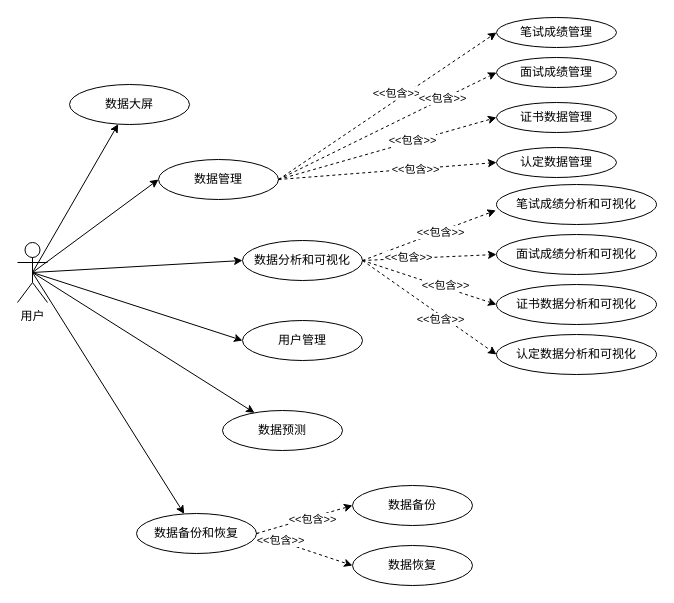
Earlier version of the draw.io diagram page "3.系统需求分析" (3 of 4) of resouces/drawio/structure.drawio (coderyjc/certificate_analysis). Source tidied: cells renumbered, new cells numbered last; positions are measured from the earlier drawing's top-left corner, leaving out a move shared by most shapes. Both pictures are drawn from the tidied source at 100%, with x=0, y=0 at pixel (17, 17).
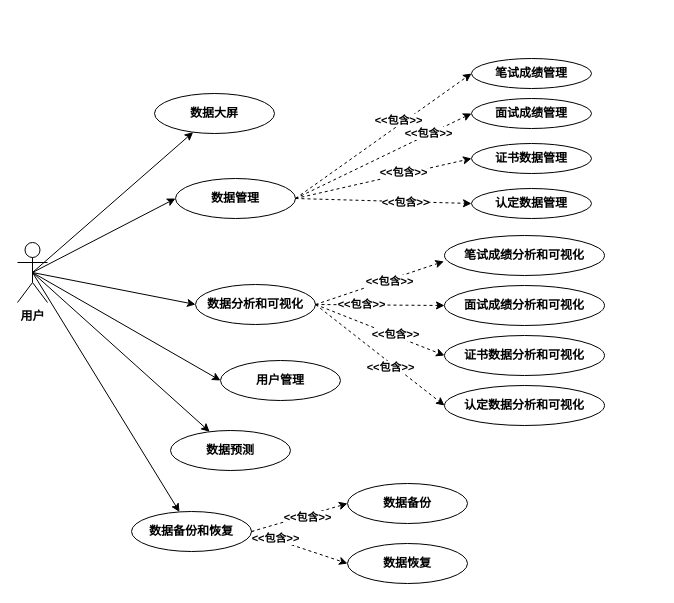
The same diagram, later.

Change to the diagram source:
```diff
@@
-    <mxCell id="2" style="edgeStyle=none;rounded=0;jettySize=auto;html=1;exitX=0.5;exitY=0.5;exitDx=0;exitDy=0;exitPerimeter=0;startArrow=none;startFill=0;endArrow=classic;endFill=1;" parent="1" edge="1" source="8" target="9">
+    <mxCell id="2" style="edgeStyle=none;rounded=0;jettySize=auto;html=1;exitX=0.5;exitY=0.5;exitDx=0;exitDy=0;exitPerimeter=0;startArrow=none;startFill=0;endArrow=classic;endFill=1;fontFamily=宋体;fontStyle=1;" parent="1" edge="1" source="8" target="9">
       <mxGeometry relative="1" as="geometry" />
     </mxCell>
-    <mxCell id="3" style="edgeStyle=none;rounded=0;jettySize=auto;html=1;exitX=0.5;exitY=0.5;exitDx=0;exitDy=0;exitPerimeter=0;entryX=0;entryY=0.5;entryDx=0;entryDy=0;startArrow=none;startFill=0;endArrow=classic;endFill=1;" parent="1" edge="1" source="8" target="18">
+    <mxCell id="3" style="edgeStyle=none;rounded=0;jettySize=auto;html=1;exitX=0.5;exitY=0.5;exitDx=0;exitDy=0;exitPerimeter=0;entryX=0;entryY=0.5;entryDx=0;entryDy=0;startArrow=none;startFill=0;endArrow=classic;endFill=1;fontFamily=宋体;fontStyle=1;" parent="1" edge="1" source="8" target="18">
       <mxGeometry relative="1" as="geometry" />
     </mxCell>
-    <mxCell id="4" style="edgeStyle=none;rounded=0;jettySize=auto;html=1;exitX=0.5;exitY=0.5;exitDx=0;exitDy=0;exitPerimeter=0;entryX=0;entryY=0.5;entryDx=0;entryDy=0;startArrow=none;startFill=0;endArrow=classic;endFill=1;" parent="1" edge="1" source="8" target="27">
+    <mxCell id="4" style="edgeStyle=none;rounded=0;jettySize=auto;html=1;exitX=0.5;exitY=0.5;exitDx=0;exitDy=0;exitPerimeter=0;entryX=0;entryY=0.5;entryDx=0;entryDy=0;startArrow=none;startFill=0;endArrow=classic;endFill=1;fontFamily=宋体;fontStyle=1;" parent="1" edge="1" source="8" target="27">
       <mxGeometry relative="1" as="geometry" />
     </mxCell>
-    <mxCell id="5" style="edgeStyle=none;rounded=0;jettySize=auto;html=1;exitX=0.5;exitY=0.5;exitDx=0;exitDy=0;exitPerimeter=0;entryX=0;entryY=0.5;entryDx=0;entryDy=0;startArrow=none;startFill=0;endArrow=classic;endFill=1;" parent="1" edge="1" source="8" target="28">
+    <mxCell id="5" style="edgeStyle=none;rounded=0;jettySize=auto;html=1;exitX=0.5;exitY=0.5;exitDx=0;exitDy=0;exitPerimeter=0;entryX=0;entryY=0.5;entryDx=0;entryDy=0;startArrow=none;startFill=0;endArrow=classic;endFill=1;fontFamily=宋体;fontStyle=1;" parent="1" edge="1" source="8" target="28">
       <mxGeometry relative="1" as="geometry" />
     </mxCell>
-    <mxCell id="6" style="edgeStyle=none;rounded=0;jettySize=auto;html=1;exitX=0.5;exitY=0.5;exitDx=0;exitDy=0;exitPerimeter=0;startArrow=none;startFill=0;endArrow=classic;endFill=1;" parent="1" edge="1" source="8" target="33">
+    <mxCell id="6" style="edgeStyle=none;rounded=0;jettySize=auto;html=1;exitX=0.5;exitY=0.5;exitDx=0;exitDy=0;exitPerimeter=0;startArrow=none;startFill=0;endArrow=classic;endFill=1;fontFamily=宋体;fontStyle=1;" parent="1" edge="1" source="8" target="33">
       <mxGeometry relative="1" as="geometry" />
     </mxCell>
-    <mxCell id="7" style="edgeStyle=none;rounded=0;html=1;exitX=0.5;exitY=0.5;exitDx=0;exitDy=0;exitPerimeter=0;" parent="1" edge="1" source="8" target="44">
+    <mxCell id="7" style="edgeStyle=none;rounded=0;html=1;exitX=0.5;exitY=0.5;exitDx=0;exitDy=0;exitPerimeter=0;fontFamily=宋体;fontStyle=1;" parent="1" edge="1" source="8" target="44">
       <mxGeometry relative="1" as="geometry" />
     </mxCell>
-    <mxCell id="8" value="用户" style="shape=umlActor;verticalLabelPosition=bottom;verticalAlign=top;html=1;outlineConnect=0;rounded=0;glass=0;sketch=0;strokeColor=default;fillColor=none;" parent="1" vertex="1">
+    <mxCell id="8" value="用户" style="shape=umlActor;verticalLabelPosition=bottom;verticalAlign=top;html=1;outlineConnect=0;rounded=0;glass=0;sketch=0;strokeColor=default;fillColor=none;fontFamily=宋体;fontStyle=1;" parent="1" vertex="1">
       <mxGeometry y="225" width="30" height="60" as="geometry" />
     </mxCell>
-    <mxCell id="9" value="数据大屏" style="ellipse;whiteSpace=wrap;html=1;rounded=0;glass=0;sketch=0;strokeColor=default;fillColor=none;" parent="1" vertex="1">
-      <mxGeometry x="52" y="67" width="120" height="40" as="geometry" />
+    <mxCell id="9" value="数据大屏" style="ellipse;whiteSpace=wrap;html=1;rounded=0;glass=0;sketch=0;strokeColor=default;fillColor=none;fontFamily=宋体;fontStyle=1;" parent="1" vertex="1">
+      <mxGeometry x="137" y="76" width="120" height="40" as="geometry" />
     </mxCell>
-    <mxCell id="10" style="edgeStyle=none;rounded=0;jettySize=auto;html=1;exitX=1;exitY=0.5;exitDx=0;exitDy=0;entryX=0;entryY=0.5;entryDx=0;entryDy=0;startArrow=none;startFill=0;endArrow=classic;endFill=1;dashed=1;" parent="1" edge="1" source="18" target="34">
+    <mxCell id="10" style="edgeStyle=none;rounded=0;jettySize=auto;html=1;exitX=1;exitY=0.5;exitDx=0;exitDy=0;entryX=0;entryY=0.5;entryDx=0;entryDy=0;startArrow=none;startFill=0;endArrow=classic;endFill=1;dashed=1;fontFamily=宋体;fontStyle=1;" parent="1" edge="1" source="18" target="34">
       <mxGeometry relative="1" as="geometry" />
     </mxCell>
-    <mxCell id="11" value="&amp;lt;&amp;lt;包含&amp;gt;&amp;gt;" style="edgeLabel;html=1;align=center;verticalAlign=middle;" parent="10" vertex="1">
+    <mxCell id="11" value="&amp;lt;&amp;lt;包含&amp;gt;&amp;gt;" style="edgeLabel;html=1;align=center;verticalAlign=middle;fontFamily=宋体;fontStyle=1;" parent="10" vertex="1">
       <mxGeometry x="-0.26" relative="1" as="geometry">
         <mxPoint x="37" y="-32" as="offset" />
       </mxGeometry>
     </mxCell>
-    <mxCell id="12" style="edgeStyle=none;rounded=0;jettySize=auto;html=1;exitX=1;exitY=0.5;exitDx=0;exitDy=0;entryX=0;entryY=0.5;entryDx=0;entryDy=0;dashed=1;startArrow=none;startFill=0;endArrow=classic;endFill=1;" parent="1" edge="1" source="18" target="35">
+    <mxCell id="12" style="edgeStyle=none;rounded=0;jettySize=auto;html=1;exitX=1;exitY=0.5;exitDx=0;exitDy=0;entryX=0;entryY=0.5;entryDx=0;entryDy=0;dashed=1;startArrow=none;startFill=0;endArrow=classic;endFill=1;fontFamily=宋体;fontStyle=1;" parent="1" edge="1" source="18" target="35">
       <mxGeometry relative="1" as="geometry" />
     </mxCell>
-    <mxCell id="13" value="&amp;lt;&amp;lt;包含&amp;gt;&amp;gt;" style="edgeLabel;html=1;align=center;verticalAlign=middle;" parent="12" vertex="1">
+    <mxCell id="13" value="&amp;lt;&amp;lt;包含&amp;gt;&amp;gt;" style="edgeLabel;html=1;align=center;verticalAlign=middle;fontFamily=宋体;fontStyle=1;" parent="12" vertex="1">
       <mxGeometry x="0.51" y="1" relative="1" as="geometry" />
     </mxCell>
-    <mxCell id="14" style="edgeStyle=none;rounded=0;jettySize=auto;html=1;exitX=1;exitY=0.5;exitDx=0;exitDy=0;entryX=0;entryY=0.5;entryDx=0;entryDy=0;dashed=1;startArrow=none;startFill=0;endArrow=classic;endFill=1;" parent="1" edge="1" source="18" target="36">
+    <mxCell id="14" style="edgeStyle=none;rounded=0;jettySize=auto;html=1;exitX=1;exitY=0.5;exitDx=0;exitDy=0;entryX=0;entryY=0.5;entryDx=0;entryDy=0;dashed=1;startArrow=none;startFill=0;endArrow=classic;endFill=1;fontFamily=宋体;fontStyle=1;" parent="1" edge="1" source="18" target="36">
       <mxGeometry relative="1" as="geometry" />
     </mxCell>
-    <mxCell id="15" value="&amp;lt;&amp;lt;包含&amp;gt;&amp;gt;" style="edgeLabel;html=1;align=center;verticalAlign=middle;" parent="14" vertex="1">
+    <mxCell id="15" value="&amp;lt;&amp;lt;包含&amp;gt;&amp;gt;" style="edgeLabel;html=1;align=center;verticalAlign=middle;fontFamily=宋体;fontStyle=1;" parent="14" vertex="1">
       <mxGeometry x="0.23" y="2" relative="1" as="geometry" />
     </mxCell>
-    <mxCell id="16" style="edgeStyle=none;rounded=0;jettySize=auto;html=1;exitX=1;exitY=0.5;exitDx=0;exitDy=0;entryX=0;entryY=0.5;entryDx=0;entryDy=0;dashed=1;startArrow=none;startFill=0;endArrow=classic;endFill=1;" parent="1" edge="1" source="18" target="37">
+    <mxCell id="16" style="edgeStyle=none;rounded=0;jettySize=auto;html=1;exitX=1;exitY=0.5;exitDx=0;exitDy=0;entryX=0;entryY=0.5;entryDx=0;entryDy=0;dashed=1;startArrow=none;startFill=0;endArrow=classic;endFill=1;fontFamily=宋体;fontStyle=1;" parent="1" edge="1" source="18" target="37">
       <mxGeometry relative="1" as="geometry" />
     </mxCell>
-    <mxCell id="17" value="&amp;lt;&amp;lt;包含&amp;gt;&amp;gt;" style="edgeLabel;html=1;align=center;verticalAlign=middle;" parent="16" vertex="1">
+    <mxCell id="17" value="&amp;lt;&amp;lt;包含&amp;gt;&amp;gt;" style="edgeLabel;html=1;align=center;verticalAlign=middle;fontFamily=宋体;fontStyle=1;" parent="16" vertex="1">
       <mxGeometry x="0.25" relative="1" as="geometry" />
     </mxCell>
-    <mxCell id="18" value="数据管理" style="ellipse;whiteSpace=wrap;html=1;rounded=0;glass=0;sketch=0;strokeColor=default;fillColor=none;" parent="1" vertex="1">
-      <mxGeometry x="141" y="142" width="120" height="40" as="geometry" />
+    <mxCell id="18" value="数据管理" style="ellipse;whiteSpace=wrap;html=1;rounded=0;glass=0;sketch=0;strokeColor=default;fillColor=none;fontFamily=宋体;fontStyle=1;" parent="1" vertex="1">
+      <mxGeometry x="158" y="161" width="120" height="40" as="geometry" />
     </mxCell>
-    <mxCell id="19" style="edgeStyle=none;rounded=0;jettySize=auto;html=1;exitX=1;exitY=0.5;exitDx=0;exitDy=0;entryX=-0.004;entryY=0.647;entryDx=0;entryDy=0;entryPerimeter=0;dashed=1;startArrow=none;startFill=0;endArrow=classic;endFill=1;" parent="1" edge="1" source="27" target="38">
+    <mxCell id="19" style="edgeStyle=none;rounded=0;jettySize=auto;html=1;exitX=1;exitY=0.5;exitDx=0;exitDy=0;entryX=-0.004;entryY=0.647;entryDx=0;entryDy=0;entryPerimeter=0;dashed=1;startArrow=none;startFill=0;endArrow=classic;endFill=1;fontFamily=宋体;fontStyle=1;" parent="1" edge="1" source="27" target="38">
       <mxGeometry relative="1" as="geometry" />
     </mxCell>
-    <mxCell id="20" value="&amp;lt;&amp;lt;包含&amp;gt;&amp;gt;" style="edgeLabel;html=1;align=center;verticalAlign=middle;" parent="19" vertex="1">
+    <mxCell id="20" value="&amp;lt;&amp;lt;包含&amp;gt;&amp;gt;" style="edgeLabel;html=1;align=center;verticalAlign=middle;fontFamily=宋体;fontStyle=1;" parent="19" vertex="1">
       <mxGeometry x="0.4" y="1" relative="1" as="geometry">
         <mxPoint x="-16" y="8" as="offset" />
       </mxGeometry>
     </mxCell>
-    <mxCell id="21" style="edgeStyle=none;rounded=0;jettySize=auto;html=1;exitX=1;exitY=0.5;exitDx=0;exitDy=0;entryX=0;entryY=0.5;entryDx=0;entryDy=0;dashed=1;startArrow=none;startFill=0;endArrow=classic;endFill=1;" parent="1" edge="1" source="27" target="39">
+    <mxCell id="21" style="edgeStyle=none;rounded=0;jettySize=auto;html=1;exitX=1;exitY=0.5;exitDx=0;exitDy=0;entryX=0;entryY=0.5;entryDx=0;entryDy=0;dashed=1;startArrow=none;startFill=0;endArrow=classic;endFill=1;fontFamily=宋体;fontStyle=1;" parent="1" edge="1" source="27" target="39">
       <mxGeometry relative="1" as="geometry" />
     </mxCell>
-    <mxCell id="22" value="&amp;lt;&amp;lt;包含&amp;gt;&amp;gt;" style="edgeLabel;html=1;align=center;verticalAlign=middle;" parent="21" vertex="1">
+    <mxCell id="22" value="&amp;lt;&amp;lt;包含&amp;gt;&amp;gt;" style="edgeLabel;html=1;align=center;verticalAlign=middle;fontFamily=宋体;fontStyle=1;" parent="21" vertex="1">
       <mxGeometry x="-0.31" y="1" relative="1" as="geometry" />
     </mxCell>
-    <mxCell id="23" style="edgeStyle=none;rounded=0;jettySize=auto;html=1;exitX=1;exitY=0.5;exitDx=0;exitDy=0;entryX=0;entryY=0.5;entryDx=0;entryDy=0;dashed=1;startArrow=none;startFill=0;endArrow=classic;endFill=1;" parent="1" edge="1" source="27" target="40">
+    <mxCell id="23" style="edgeStyle=none;rounded=0;jettySize=auto;html=1;exitX=1;exitY=0.5;exitDx=0;exitDy=0;entryX=0;entryY=0.5;entryDx=0;entryDy=0;dashed=1;startArrow=none;startFill=0;endArrow=classic;endFill=1;fontFamily=宋体;fontStyle=1;" parent="1" edge="1" source="27" target="40">
       <mxGeometry relative="1" as="geometry" />
     </mxCell>
-    <mxCell id="24" value="&amp;lt;&amp;lt;包含&amp;gt;&amp;gt;" style="edgeLabel;html=1;align=center;verticalAlign=middle;" parent="23" vertex="1">
+    <mxCell id="24" value="&amp;lt;&amp;lt;包含&amp;gt;&amp;gt;" style="edgeLabel;html=1;align=center;verticalAlign=middle;fontFamily=宋体;fontStyle=1;" parent="23" vertex="1">
       <mxGeometry x="0.22" y="2" relative="1" as="geometry" />
     </mxCell>
-    <mxCell id="25" style="edgeStyle=none;rounded=0;jettySize=auto;html=1;exitX=1;exitY=0.5;exitDx=0;exitDy=0;entryX=0;entryY=0.5;entryDx=0;entryDy=0;dashed=1;startArrow=none;startFill=0;endArrow=classic;endFill=1;" parent="1" edge="1" source="27" target="41">
+    <mxCell id="25" style="edgeStyle=none;rounded=0;jettySize=auto;html=1;exitX=1;exitY=0.5;exitDx=0;exitDy=0;entryX=0;entryY=0.5;entryDx=0;entryDy=0;dashed=1;startArrow=none;startFill=0;endArrow=classic;endFill=1;fontFamily=宋体;fontStyle=1;" parent="1" edge="1" source="27" target="41">
       <mxGeometry relative="1" as="geometry" />
     </mxCell>
-    <mxCell id="26" value="&amp;lt;&amp;lt;包含&amp;gt;&amp;gt;" style="edgeLabel;html=1;align=center;verticalAlign=middle;" parent="25" vertex="1">
+    <mxCell id="26" value="&amp;lt;&amp;lt;包含&amp;gt;&amp;gt;" style="edgeLabel;html=1;align=center;verticalAlign=middle;fontFamily=宋体;fontStyle=1;" parent="25" vertex="1">
       <mxGeometry x="0.19" y="-3" relative="1" as="geometry" />
     </mxCell>
-    <mxCell id="27" value="数据分析和可视化" style="ellipse;whiteSpace=wrap;html=1;rounded=0;glass=0;sketch=0;strokeColor=default;fillColor=none;" parent="1" vertex="1">
-      <mxGeometry x="225" y="223" width="120" height="40" as="geometry" />
+    <mxCell id="27" value="数据分析和可视化" style="ellipse;whiteSpace=wrap;html=1;rounded=0;glass=0;sketch=0;strokeColor=default;fillColor=none;fontFamily=宋体;fontStyle=1;" parent="1" vertex="1">
+      <mxGeometry x="178" y="267" width="120" height="40" as="geometry" />
     </mxCell>
-    <mxCell id="28" value="用户管理" style="ellipse;whiteSpace=wrap;html=1;rounded=0;glass=0;sketch=0;strokeColor=default;fillColor=none;" parent="1" vertex="1">
-      <mxGeometry x="225" y="303" width="120" height="40" as="geometry" />
+    <mxCell id="28" value="用户管理" style="ellipse;whiteSpace=wrap;html=1;rounded=0;glass=0;sketch=0;strokeColor=default;fillColor=none;fontFamily=宋体;fontStyle=1;" parent="1" vertex="1">
+      <mxGeometry x="203" y="343" width="120" height="40" as="geometry" />
     </mxCell>
-    <mxCell id="29" style="edgeStyle=none;rounded=0;jettySize=auto;html=1;exitX=1;exitY=0.5;exitDx=0;exitDy=0;entryX=0;entryY=0.5;entryDx=0;entryDy=0;dashed=1;startArrow=none;startFill=0;endArrow=classic;endFill=1;" parent="1" edge="1" source="33" target="42">
+    <mxCell id="29" style="edgeStyle=none;rounded=0;jettySize=auto;html=1;exitX=1;exitY=0.5;exitDx=0;exitDy=0;entryX=0;entryY=0.5;entryDx=0;entryDy=0;dashed=1;startArrow=none;startFill=0;endArrow=classic;endFill=1;fontFamily=宋体;fontStyle=1;" parent="1" edge="1" source="33" target="42">
       <mxGeometry relative="1" as="geometry" />
     </mxCell>
-    <mxCell id="30" value="&amp;lt;&amp;lt;包含&amp;gt;&amp;gt;" style="edgeLabel;html=1;align=center;verticalAlign=middle;" parent="29" vertex="1">
+    <mxCell id="30" value="&amp;lt;&amp;lt;包含&amp;gt;&amp;gt;" style="edgeLabel;html=1;align=center;verticalAlign=middle;fontFamily=宋体;fontStyle=1;" parent="29" vertex="1">
       <mxGeometry x="0.15" y="-1" relative="1" as="geometry" />
     </mxCell>
-    <mxCell id="31" style="edgeStyle=none;rounded=0;jettySize=auto;html=1;exitX=1;exitY=0.5;exitDx=0;exitDy=0;entryX=0;entryY=0.5;entryDx=0;entryDy=0;dashed=1;startArrow=none;startFill=0;endArrow=classic;endFill=1;" parent="1" edge="1" source="33" target="43">
+    <mxCell id="31" style="edgeStyle=none;rounded=0;jettySize=auto;html=1;exitX=1;exitY=0.5;exitDx=0;exitDy=0;entryX=0;entryY=0.5;entryDx=0;entryDy=0;dashed=1;startArrow=none;startFill=0;endArrow=classic;endFill=1;fontFamily=宋体;fontStyle=1;" parent="1" edge="1" source="33" target="43">
       <mxGeometry relative="1" as="geometry" />
     </mxCell>
-    <mxCell id="32" value="&amp;lt;&amp;lt;包含&amp;gt;&amp;gt;" style="edgeLabel;html=1;align=center;verticalAlign=middle;" parent="31" vertex="1">
+    <mxCell id="32" value="&amp;lt;&amp;lt;包含&amp;gt;&amp;gt;" style="edgeLabel;html=1;align=center;verticalAlign=middle;fontFamily=宋体;fontStyle=1;" parent="31" vertex="1">
       <mxGeometry x="-0.52" y="1" relative="1" as="geometry" />
     </mxCell>
-    <mxCell id="33" value="数据备份和恢复" style="ellipse;whiteSpace=wrap;html=1;rounded=0;glass=0;sketch=0;strokeColor=default;fillColor=none;" parent="1" vertex="1">
-      <mxGeometry x="119" y="496" width="120" height="40" as="geometry" />
+    <mxCell id="33" value="数据备份和恢复" style="ellipse;whiteSpace=wrap;html=1;rounded=0;glass=0;sketch=0;strokeColor=default;fillColor=none;fontFamily=宋体;fontStyle=1;" parent="1" vertex="1">
+      <mxGeometry x="114" y="494" width="120" height="40" as="geometry" />
     </mxCell>
-    <mxCell id="34" value="笔试成绩管理" style="ellipse;whiteSpace=wrap;html=1;rounded=0;glass=0;sketch=0;strokeColor=default;fillColor=none;" parent="1" vertex="1">
-      <mxGeometry x="479" width="120" height="30" as="geometry" />
+    <mxCell id="34" value="笔试成绩管理" style="ellipse;whiteSpace=wrap;html=1;rounded=0;glass=0;sketch=0;strokeColor=default;fillColor=none;fontFamily=宋体;fontStyle=1;" parent="1" vertex="1">
+      <mxGeometry x="454" y="41" width="120" height="30" as="geometry" />
     </mxCell>
-    <mxCell id="35" value="面试成绩管理" style="ellipse;whiteSpace=wrap;html=1;rounded=0;glass=0;sketch=0;strokeColor=default;fillColor=none;" parent="1" vertex="1">
-      <mxGeometry x="479" y="40" width="120" height="30" as="geometry" />
+    <mxCell id="35" value="面试成绩管理" style="ellipse;whiteSpace=wrap;html=1;rounded=0;glass=0;sketch=0;strokeColor=default;fillColor=none;fontFamily=宋体;fontStyle=1;" parent="1" vertex="1">
+      <mxGeometry x="454" y="81" width="120" height="30" as="geometry" />
     </mxCell>
-    <mxCell id="36" value="证书数据管理" style="ellipse;whiteSpace=wrap;html=1;rounded=0;glass=0;sketch=0;strokeColor=default;fillColor=none;" parent="1" vertex="1">
-      <mxGeometry x="479" y="85" width="120" height="30" as="geometry" />
+    <mxCell id="36" value="证书数据管理" style="ellipse;whiteSpace=wrap;html=1;rounded=0;glass=0;sketch=0;strokeColor=default;fillColor=none;fontFamily=宋体;fontStyle=1;" parent="1" vertex="1">
+      <mxGeometry x="454" y="126" width="120" height="30" as="geometry" />
     </mxCell>
-    <mxCell id="37" value="认定数据管理" style="ellipse;whiteSpace=wrap;html=1;rounded=0;glass=0;sketch=0;strokeColor=default;fillColor=none;" parent="1" vertex="1">
-      <mxGeometry x="479" y="130" width="120" height="30" as="geometry" />
+    <mxCell id="37" value="认定数据管理" style="ellipse;whiteSpace=wrap;html=1;rounded=0;glass=0;sketch=0;strokeColor=default;fillColor=none;fontFamily=宋体;fontStyle=1;" parent="1" vertex="1">
+      <mxGeometry x="454" y="171" width="120" height="30" as="geometry" />
     </mxCell>
-    <mxCell id="38" value="笔试成绩分析和可视化" style="ellipse;whiteSpace=wrap;html=1;rounded=0;glass=0;sketch=0;strokeColor=default;fillColor=none;" parent="1" vertex="1">
-      <mxGeometry x="479" y="167" width="160" height="40" as="geometry" />
+    <mxCell id="38" value="笔试成绩分析和可视化" style="ellipse;whiteSpace=wrap;html=1;rounded=0;glass=0;sketch=0;strokeColor=default;fillColor=none;fontFamily=宋体;fontStyle=1;" parent="1" vertex="1">
+      <mxGeometry x="427" y="218" width="160" height="40" as="geometry" />
     </mxCell>
-    <mxCell id="39" value="面试成绩分析和可视化" style="ellipse;whiteSpace=wrap;html=1;rounded=0;glass=0;sketch=0;strokeColor=default;fillColor=none;" parent="1" vertex="1">
-      <mxGeometry x="479" y="217" width="160" height="40" as="geometry" />
+    <mxCell id="39" value="面试成绩分析和可视化" style="ellipse;whiteSpace=wrap;html=1;rounded=0;glass=0;sketch=0;strokeColor=default;fillColor=none;fontFamily=宋体;fontStyle=1;" parent="1" vertex="1">
+      <mxGeometry x="427" y="268" width="160" height="40" as="geometry" />
     </mxCell>
-    <mxCell id="40" value="证书数据分析和可视化" style="ellipse;whiteSpace=wrap;html=1;rounded=0;glass=0;sketch=0;strokeColor=default;fillColor=none;" parent="1" vertex="1">
-      <mxGeometry x="479" y="267" width="160" height="40" as="geometry" />
+    <mxCell id="40" value="证书数据分析和可视化" style="ellipse;whiteSpace=wrap;html=1;rounded=0;glass=0;sketch=0;strokeColor=default;fillColor=none;fontFamily=宋体;fontStyle=1;" parent="1" vertex="1">
+      <mxGeometry x="427" y="318" width="160" height="40" as="geometry" />
     </mxCell>
-    <mxCell id="41" value="认定数据分析和可视化" style="ellipse;whiteSpace=wrap;html=1;rounded=0;glass=0;sketch=0;strokeColor=default;fillColor=none;" parent="1" vertex="1">
-      <mxGeometry x="479" y="317" width="160" height="40" as="geometry" />
+    <mxCell id="41" value="认定数据分析和可视化" style="ellipse;whiteSpace=wrap;html=1;rounded=0;glass=0;sketch=0;strokeColor=default;fillColor=none;fontFamily=宋体;fontStyle=1;" parent="1" vertex="1">
+      <mxGeometry x="427" y="368" width="160" height="40" as="geometry" />
     </mxCell>
-    <mxCell id="42" value="数据备份" style="ellipse;whiteSpace=wrap;html=1;rounded=0;glass=0;sketch=0;strokeColor=default;fillColor=none;" parent="1" vertex="1">
-      <mxGeometry x="335" y="468" width="120" height="40" as="geometry" />
+    <mxCell id="42" value="数据备份" style="ellipse;whiteSpace=wrap;html=1;rounded=0;glass=0;sketch=0;strokeColor=default;fillColor=none;fontFamily=宋体;fontStyle=1;" parent="1" vertex="1">
+      <mxGeometry x="330" y="466" width="120" height="40" as="geometry" />
     </mxCell>
-    <mxCell id="43" value="数据恢复" style="ellipse;whiteSpace=wrap;html=1;rounded=0;glass=0;sketch=0;strokeColor=default;fillColor=none;" parent="1" vertex="1">
-      <mxGeometry x="335" y="528" width="120" height="40" as="geometry" />
+    <mxCell id="43" value="数据恢复" style="ellipse;whiteSpace=wrap;html=1;rounded=0;glass=0;sketch=0;strokeColor=default;fillColor=none;fontFamily=宋体;fontStyle=1;" parent="1" vertex="1">
+      <mxGeometry x="330" y="526" width="120" height="40" as="geometry" />
     </mxCell>
-    <mxCell id="44" value="数据预测" style="ellipse;whiteSpace=wrap;html=1;rounded=0;glass=0;sketch=0;strokeColor=default;fillColor=none;" parent="1" vertex="1">
-      <mxGeometry x="205" y="393" width="120" height="40" as="geometry" />
+    <mxCell id="44" value="数据预测" style="ellipse;whiteSpace=wrap;html=1;rounded=0;glass=0;sketch=0;strokeColor=default;fillColor=none;fontFamily=宋体;fontStyle=1;" parent="1" vertex="1">
+      <mxGeometry x="153" y="413" width="120" height="40" as="geometry" />
     </mxCell>
```
